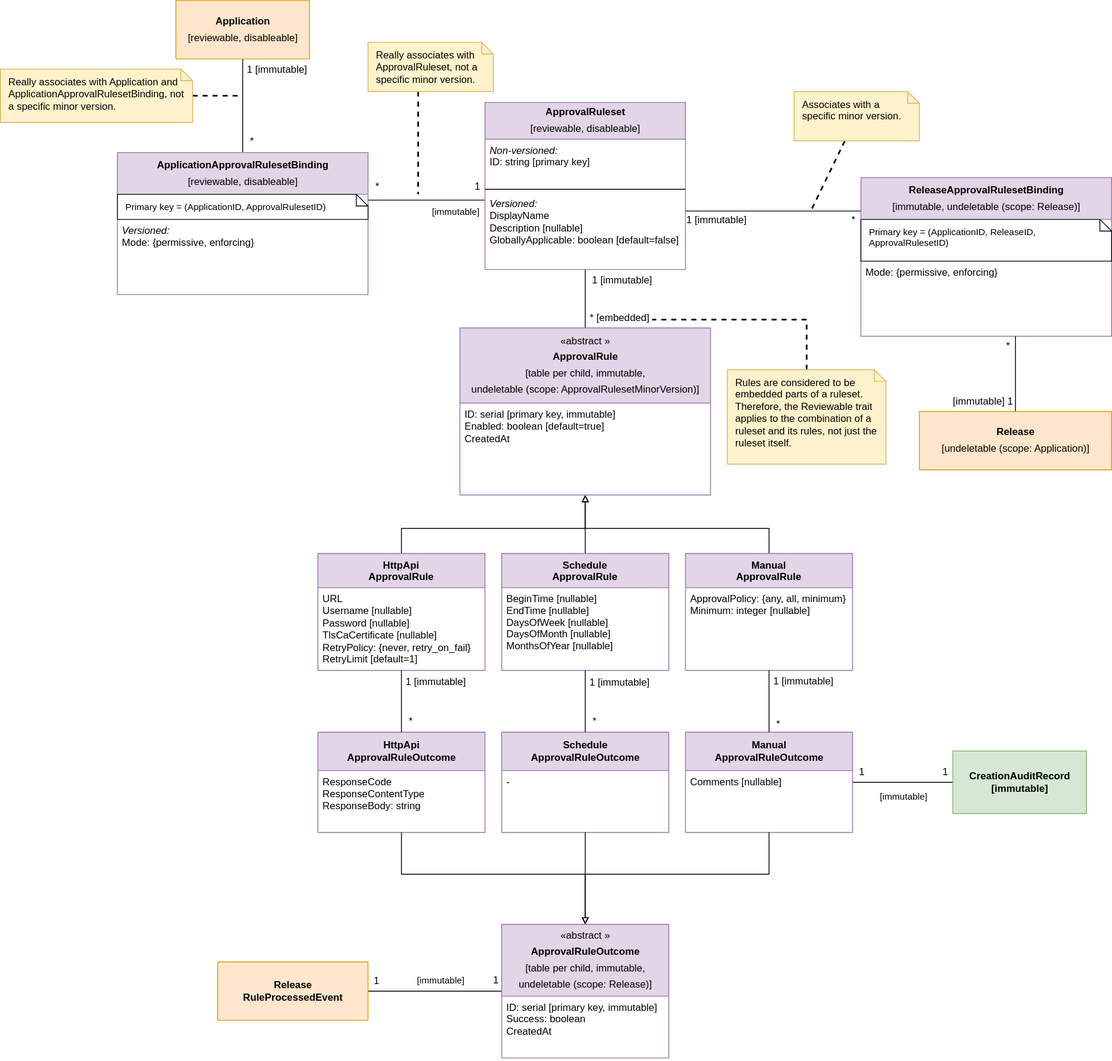
fullstaq-labs/sqedule keeps this draw.io diagram as devdocs/approval-rulesets-and-related.drawio.svg. Above is the earlier version. Source tidied: cells renumbered, new cells last; positions are measured from the earlier drawing's top-left corner, leaving out a move shared by most shapes.
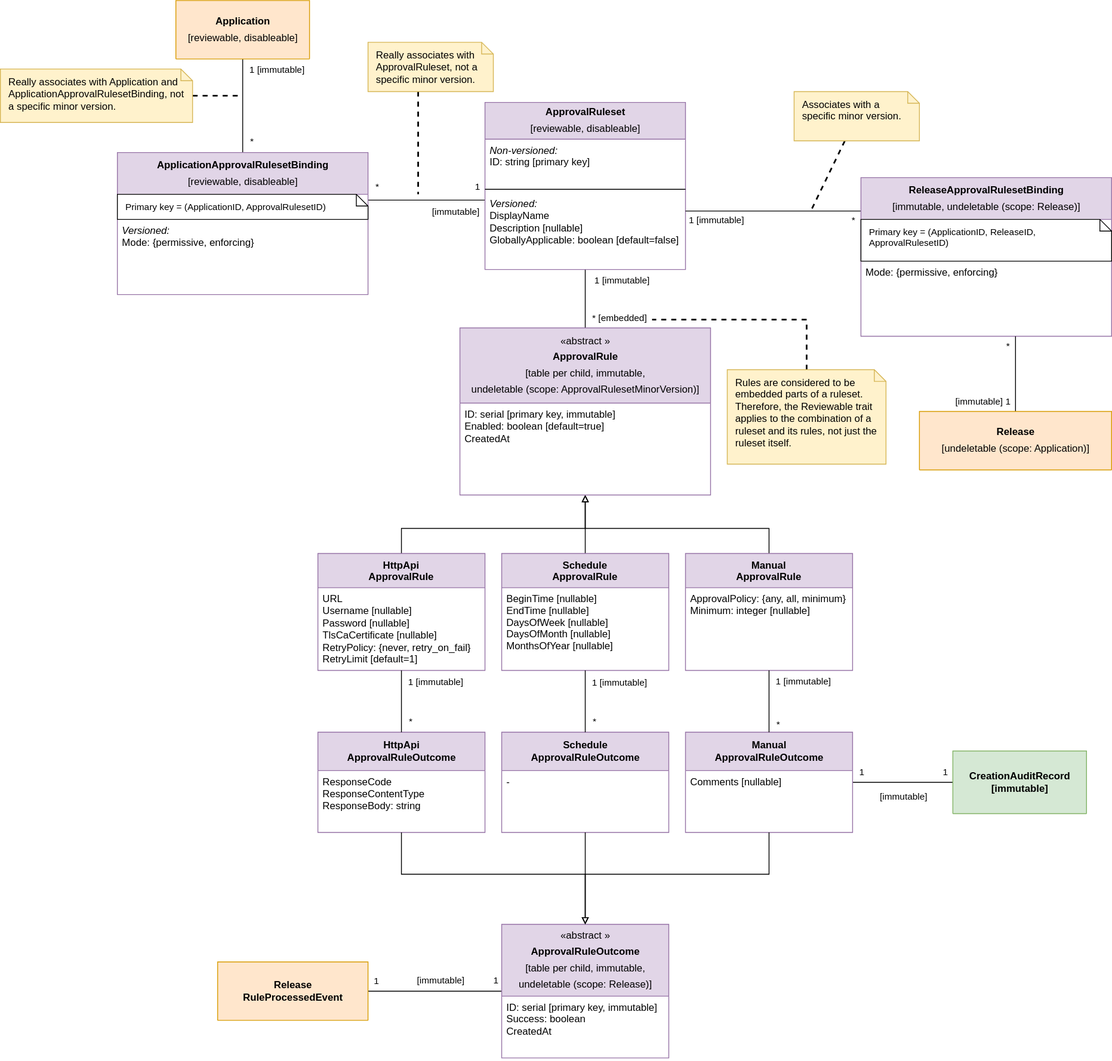
The same diagram one commit later.

Commit message:
Fix diagram font sizes

The edit, as a diff of the source:
```diff
@@ -5,12 +5,12 @@
     <mxCell id="2" style="edgeStyle=orthogonalEdgeStyle;rounded=0;jettySize=auto;html=1;endArrow=none;endFill=0;" parent="1" edge="1" source="44" target="36">
       <mxGeometry relative="1" as="geometry" />
     </mxCell>
-    <mxCell id="3" value="* [embedded]" style="edgeLabel;html=1;align=center;verticalAlign=middle;fontSize=12;" parent="2" vertex="1">
+    <mxCell id="3" value="* [embedded]" style="edgeLabel;html=1;align=center;verticalAlign=middle;fontSize=11;" parent="2" vertex="1">
       <mxGeometry x="0.53" relative="1" as="geometry">
         <mxPoint x="40" y="4" as="offset" />
       </mxGeometry>
     </mxCell>
-    <mxCell id="4" value="1 [immutable]" style="edgeLabel;html=1;align=center;verticalAlign=middle;fontSize=12;" parent="2" vertex="1">
+    <mxCell id="4" value="1 [immutable]" style="edgeLabel;html=1;align=center;verticalAlign=middle;fontSize=11;" parent="2" vertex="1">
       <mxGeometry x="0.64" y="72" relative="1" as="geometry">
         <mxPoint x="-29" y="-45" as="offset" />
       </mxGeometry>
@@ -23,12 +23,12 @@
         </Array>
       </mxGeometry>
     </mxCell>
-    <mxCell id="6" value="*" style="edgeLabel;html=1;align=center;verticalAlign=middle;fontSize=12;" parent="5" vertex="1">
+    <mxCell id="6" value="*" style="edgeLabel;html=1;align=center;verticalAlign=middle;fontSize=11;" parent="5" vertex="1">
       <mxGeometry x="0.58" y="-1" relative="1" as="geometry">
         <mxPoint x="-19" y="-16" as="offset" />
       </mxGeometry>
     </mxCell>
-    <mxCell id="7" value="1" style="edgeLabel;html=1;align=center;verticalAlign=middle;fontSize=12;" parent="5" vertex="1">
+    <mxCell id="7" value="1" style="edgeLabel;html=1;align=center;verticalAlign=middle;fontSize=11;" parent="5" vertex="1">
       <mxGeometry x="-0.74" relative="1" as="geometry">
         <mxPoint x="8" y="-17" as="offset" />
       </mxGeometry>
@@ -41,12 +41,12 @@
     <mxCell id="9" style="edgeStyle=orthogonalEdgeStyle;rounded=0;sketch=0;jumpStyle=arc;jettySize=auto;html=1;endArrow=none;endFill=0;strokeColor=#000000;strokeWidth=1;fontSize=12;" parent="1" edge="1" source="17" target="48">
       <mxGeometry relative="1" as="geometry" />
     </mxCell>
-    <mxCell id="10" value="1 [immutable]" style="edgeLabel;html=1;align=center;verticalAlign=middle;fontSize=12;" parent="9" vertex="1">
+    <mxCell id="10" value="1 [immutable]" style="edgeLabel;html=1;align=center;verticalAlign=middle;fontSize=11;" parent="9" vertex="1">
       <mxGeometry x="0.69" y="3" relative="1" as="geometry">
         <mxPoint x="43" y="-5" as="offset" />
       </mxGeometry>
     </mxCell>
-    <mxCell id="11" value="*" style="edgeLabel;html=1;align=center;verticalAlign=middle;fontSize=12;" parent="9" vertex="1">
+    <mxCell id="11" value="*" style="edgeLabel;html=1;align=center;verticalAlign=middle;fontSize=11;" parent="9" vertex="1">
       <mxGeometry x="-0.76" y="2" relative="1" as="geometry">
         <mxPoint x="12" as="offset" />
       </mxGeometry>
@@ -93,12 +93,12 @@
     <mxCell id="20" style="edgeStyle=orthogonalEdgeStyle;rounded=0;jumpStyle=arc;jettySize=auto;html=1;endArrow=none;endFill=0;strokeWidth=1;fontSize=12;" parent="1" edge="1" source="62" target="24">
       <mxGeometry relative="1" as="geometry" />
     </mxCell>
-    <mxCell id="21" value="1" style="edgeLabel;html=1;align=center;verticalAlign=middle;fontSize=12;" parent="20" vertex="1">
+    <mxCell id="21" value="1" style="edgeLabel;html=1;align=center;verticalAlign=middle;fontSize=11;" parent="20" vertex="1">
       <mxGeometry x="0.78" y="2" relative="1" as="geometry">
         <mxPoint x="9" y="-12" as="offset" />
       </mxGeometry>
     </mxCell>
-    <mxCell id="22" value="1" style="edgeLabel;html=1;align=center;verticalAlign=middle;fontSize=12;" parent="20" vertex="1">
+    <mxCell id="22" value="1" style="edgeLabel;html=1;align=center;verticalAlign=middle;fontSize=11;" parent="20" vertex="1">
       <mxGeometry x="-0.9" y="2" relative="1" as="geometry">
         <mxPoint x="1" y="-11" as="offset" />
       </mxGeometry>
@@ -117,12 +117,12 @@
     <mxCell id="26" style="edgeStyle=orthogonalEdgeStyle;rounded=0;jumpStyle=arc;jettySize=auto;html=1;endArrow=none;endFill=0;strokeWidth=1;fontSize=12;" parent="1" edge="1" source="30" target="61">
       <mxGeometry relative="1" as="geometry" />
     </mxCell>
-    <mxCell id="27" value="1" style="edgeLabel;html=1;align=center;verticalAlign=middle;fontSize=12;" parent="26" vertex="1">
+    <mxCell id="27" value="1" style="edgeLabel;html=1;align=center;verticalAlign=middle;fontSize=11;" parent="26" vertex="1">
       <mxGeometry x="0.51" y="2" relative="1" as="geometry">
         <mxPoint x="19" y="-11" as="offset" />
       </mxGeometry>
     </mxCell>
-    <mxCell id="28" value="1" style="edgeLabel;html=1;align=center;verticalAlign=middle;fontSize=12;" parent="26" vertex="1">
+    <mxCell id="28" value="1" style="edgeLabel;html=1;align=center;verticalAlign=middle;fontSize=11;" parent="26" vertex="1">
       <mxGeometry x="-0.69" relative="1" as="geometry">
         <mxPoint x="-9" y="-13" as="offset" />
       </mxGeometry>
@@ -200,12 +200,12 @@
     <mxCell id="50" style="edgeStyle=orthogonalEdgeStyle;rounded=0;jumpStyle=arc;jettySize=auto;html=1;endArrow=none;endFill=0;strokeWidth=1;fontSize=12;" parent="1" edge="1" source="30" target="40">
       <mxGeometry relative="1" as="geometry" />
     </mxCell>
-    <mxCell id="51" value="1 [immutable]" style="edgeLabel;html=1;align=center;verticalAlign=middle;fontSize=12;" parent="50" vertex="1">
+    <mxCell id="51" value="1 [immutable]" style="edgeLabel;html=1;align=center;verticalAlign=middle;fontSize=11;" parent="50" vertex="1">
       <mxGeometry x="0.68" y="2" relative="1" as="geometry">
         <mxPoint x="42" as="offset" />
       </mxGeometry>
     </mxCell>
-    <mxCell id="52" value="*" style="edgeLabel;html=1;align=center;verticalAlign=middle;fontSize=12;" parent="50" vertex="1">
+    <mxCell id="52" value="*" style="edgeLabel;html=1;align=center;verticalAlign=middle;fontSize=11;" parent="50" vertex="1">
       <mxGeometry x="-0.72" relative="1" as="geometry">
         <mxPoint x="10" as="offset" />
       </mxGeometry>
@@ -216,12 +216,12 @@
     <mxCell id="54" style="edgeStyle=orthogonalEdgeStyle;rounded=0;jumpStyle=arc;jettySize=auto;html=1;endArrow=none;endFill=0;strokeWidth=1;fontSize=12;" parent="1" edge="1" source="32" target="38">
       <mxGeometry relative="1" as="geometry" />
     </mxCell>
-    <mxCell id="55" value="1 [immutable]" style="edgeLabel;html=1;align=center;verticalAlign=middle;fontSize=12;" parent="54" vertex="1">
+    <mxCell id="55" value="1 [immutable]" style="edgeLabel;html=1;align=center;verticalAlign=middle;fontSize=11;" parent="54" vertex="1">
       <mxGeometry x="0.63" relative="1" as="geometry">
         <mxPoint x="40" as="offset" />
       </mxGeometry>
     </mxCell>
-    <mxCell id="56" value="*" style="edgeLabel;html=1;align=center;verticalAlign=middle;fontSize=12;" parent="54" vertex="1">
+    <mxCell id="56" value="*" style="edgeLabel;html=1;align=center;verticalAlign=middle;fontSize=11;" parent="54" vertex="1">
       <mxGeometry x="-0.62" y="-2" relative="1" as="geometry">
         <mxPoint x="8" as="offset" />
       </mxGeometry>
@@ -237,12 +237,12 @@
     <mxCell id="58" style="edgeStyle=orthogonalEdgeStyle;rounded=0;jumpStyle=arc;jettySize=auto;html=1;endArrow=none;endFill=0;strokeWidth=1;fontSize=12;" parent="1" edge="1" source="34" target="42">
       <mxGeometry relative="1" as="geometry" />
     </mxCell>
-    <mxCell id="59" value="1 [immutable]" style="edgeLabel;html=1;align=center;verticalAlign=middle;fontSize=12;" parent="58" vertex="1">
+    <mxCell id="59" value="1 [immutable]" style="edgeLabel;html=1;align=center;verticalAlign=middle;fontSize=11;" parent="58" vertex="1">
       <mxGeometry x="0.65" relative="1" as="geometry">
         <mxPoint x="40" as="offset" />
       </mxGeometry>
     </mxCell>
-    <mxCell id="60" value="*" style="edgeLabel;html=1;align=center;verticalAlign=middle;fontSize=12;" parent="58" vertex="1">
+    <mxCell id="60" value="*" style="edgeLabel;html=1;align=center;verticalAlign=middle;fontSize=11;" parent="58" vertex="1">
       <mxGeometry x="-0.62" relative="1" as="geometry">
         <mxPoint x="10" as="offset" />
       </mxGeometry>
@@ -281,12 +281,12 @@
         </Array>
       </mxGeometry>
     </mxCell>
-    <mxCell id="68" value="*" style="edgeLabel;html=1;align=center;verticalAlign=middle;fontSize=12;" parent="67" vertex="1">
+    <mxCell id="68" value="*" style="edgeLabel;html=1;align=center;verticalAlign=middle;fontSize=11;" parent="67" vertex="1">
       <mxGeometry x="-0.94" relative="1" as="geometry">
         <mxPoint x="-4" y="10" as="offset" />
       </mxGeometry>
     </mxCell>
-    <mxCell id="69" value="1 [immutable]" style="edgeLabel;html=1;align=center;verticalAlign=middle;fontSize=12;" parent="67" vertex="1">
+    <mxCell id="69" value="1 [immutable]" style="edgeLabel;html=1;align=center;verticalAlign=middle;fontSize=11;" parent="67" vertex="1">
       <mxGeometry x="0.95" y="-1" relative="1" as="geometry">
         <mxPoint x="31" y="11" as="offset" />
       </mxGeometry>
@@ -308,12 +308,12 @@
         </Array>
       </mxGeometry>
     </mxCell>
-    <mxCell id="74" value="*" style="edgeLabel;html=1;align=center;verticalAlign=middle;fontSize=12;" parent="73" vertex="1">
+    <mxCell id="74" value="*" style="edgeLabel;html=1;align=center;verticalAlign=middle;fontSize=11;" parent="73" vertex="1">
       <mxGeometry x="0.76" relative="1" as="geometry">
         <mxPoint x="-10" as="offset" />
       </mxGeometry>
     </mxCell>
-    <mxCell id="75" value="[immutable] 1" style="edgeLabel;html=1;align=center;verticalAlign=middle;fontSize=12;" parent="73" vertex="1">
+    <mxCell id="75" value="[immutable] 1" style="edgeLabel;html=1;align=center;verticalAlign=middle;fontSize=11;" parent="73" vertex="1">
       <mxGeometry x="-0.76" y="4" relative="1" as="geometry">
         <mxPoint x="-36" y="-2" as="offset" />
       </mxGeometry>
```
